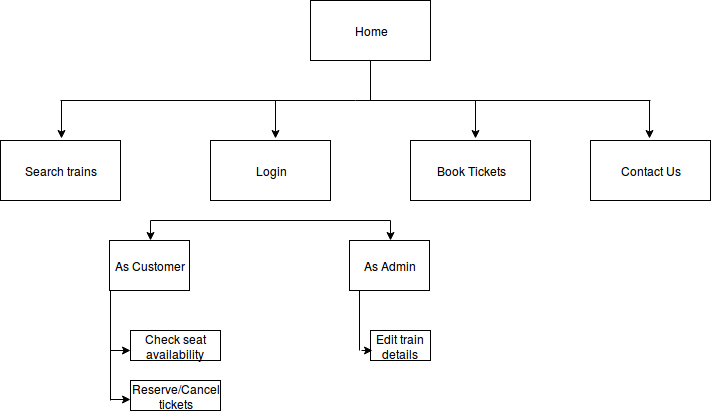
Above: Navigation.png in ShivaniShrivastava/RailwayReservation_se (draw.io), before the change. Source tidied: cells renumbered, new cells last; positions are measured from the earlier drawing's top-left corner, leaving out a move shared by most shapes.
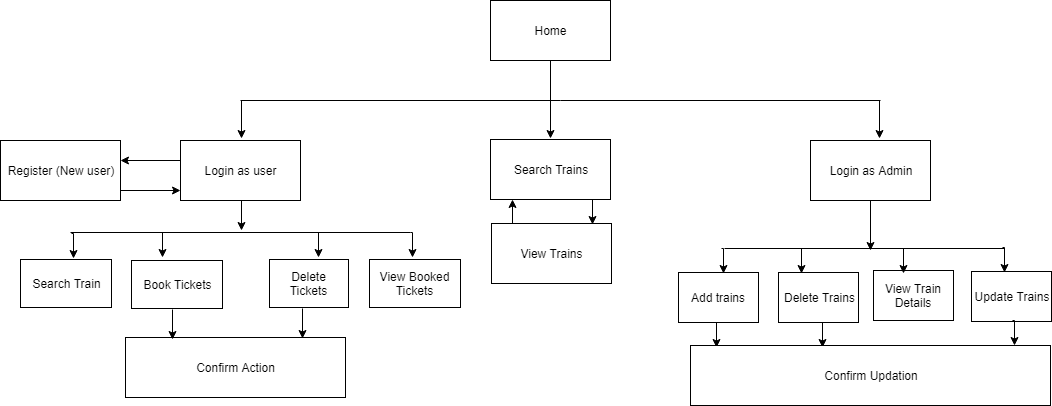
Later version of the same file.

What changed in the source:
```diff
@@ -2,119 +2,211 @@
   <root>
     <mxCell id="0" />
     <mxCell id="1" parent="0" />
-    <mxCell id="2" value="Home" style="rounded=0;whiteSpace=wrap;html=1;" parent="1" vertex="1">
-      <mxGeometry x="310" width="120" height="60" as="geometry" />
-    </mxCell>
-    <mxCell id="3" value="Search trains" style="rounded=0;whiteSpace=wrap;html=1;" parent="1" vertex="1">
-      <mxGeometry y="140" width="120" height="60" as="geometry" />
-    </mxCell>
-    <mxCell id="4" value="Login" style="rounded=0;whiteSpace=wrap;html=1;" parent="1" vertex="1">
-      <mxGeometry x="210" y="140" width="120" height="60" as="geometry" />
-    </mxCell>
-    <mxCell id="5" value="Book Tickets" style="rounded=0;whiteSpace=wrap;html=1;" parent="1" vertex="1">
-      <mxGeometry x="410" y="140" width="120" height="60" as="geometry" />
+    <mxCell id="5" value="Home" style="rounded=0;whiteSpace=wrap;html=1;" parent="1" vertex="1">
+      <mxGeometry x="410" y="-50" width="120" height="60" as="geometry" />
     </mxCell>
-    <mxCell id="6" value="Contact Us" style="rounded=0;whiteSpace=wrap;html=1;" parent="1" vertex="1">
-      <mxGeometry x="590" y="140" width="120" height="60" as="geometry" />
+    <mxCell id="6" value="Login as user" style="rounded=0;whiteSpace=wrap;html=1;" parent="1" vertex="1">
+      <mxGeometry x="100" y="90" width="120" height="60" as="geometry" />
     </mxCell>
-    <mxCell id="7" style="endArrow=classic;html=1;" parent="1" edge="1">
+    <mxCell id="7" style="edgeStyle=orthogonalEdgeStyle;rounded=0;html=1;jettySize=auto;" parent="1" edge="1" source="26">
       <mxGeometry relative="1" as="geometry">
-        <mxPoint x="275" y="100" as="sourcePoint" />
-        <mxPoint x="275" y="138" as="targetPoint" />
+        <mxPoint x="790" y="200" as="targetPoint" />
       </mxGeometry>
     </mxCell>
+    <mxCell id="26" value="Login as Admin" style="rounded=0;whiteSpace=wrap;html=1;" parent="1" vertex="1">
+      <mxGeometry x="730" y="90" width="120" height="60" as="geometry" />
+    </mxCell>
     <mxCell id="8" style="endArrow=classic;html=1;" parent="1" edge="1">
       <mxGeometry relative="1" as="geometry">
-        <mxPoint x="475" y="100" as="sourcePoint" />
-        <mxPoint x="475" y="138" as="targetPoint" />
+        <mxPoint x="470" y="50" as="sourcePoint" />
+        <mxPoint x="470" y="88" as="targetPoint" />
       </mxGeometry>
     </mxCell>
     <mxCell id="9" style="endArrow=classic;html=1;" parent="1" edge="1">
       <mxGeometry relative="1" as="geometry">
-        <mxPoint x="61" y="100" as="sourcePoint" />
-        <mxPoint x="61" y="138" as="targetPoint" />
+        <mxPoint x="161" y="50" as="sourcePoint" />
+        <mxPoint x="161" y="88" as="targetPoint" />
       </mxGeometry>
     </mxCell>
     <mxCell id="10" style="endArrow=classic;html=1;" parent="1" edge="1">
       <mxGeometry relative="1" as="geometry">
-        <mxPoint x="649" y="100" as="sourcePoint" />
-        <mxPoint x="649" y="138" as="targetPoint" />
+        <mxPoint x="799" y="50" as="sourcePoint" />
+        <mxPoint x="799" y="88" as="targetPoint" />
       </mxGeometry>
     </mxCell>
     <mxCell id="11" style="endArrow=none;html=1;" parent="1" edge="1">
       <mxGeometry relative="1" as="geometry">
-        <mxPoint x="60" y="100" as="sourcePoint" />
-        <mxPoint x="650" y="100" as="targetPoint" />
+        <mxPoint x="160" y="50" as="sourcePoint" />
+        <mxPoint x="800" y="50" as="targetPoint" />
       </mxGeometry>
     </mxCell>
+    <mxCell id="27" style="endArrow=none;html=1;" parent="1" edge="1">
+      <mxGeometry relative="1" as="geometry">
+        <mxPoint x="470" y="50" as="sourcePoint" />
+        <mxPoint x="470" y="10" as="targetPoint" />
+      </mxGeometry>
+    </mxCell>
+    <mxCell id="28" value="Add trains" style="rounded=0;whiteSpace=wrap;html=1;" parent="1" vertex="1">
+      <mxGeometry x="598" y="222" width="80" height="50" as="geometry" />
+    </mxCell>
-    <mxCell id="12" style="endArrow=none;html=1;" parent="1" edge="1">
-      <mxGeometry relative="1" as="geometry">
-        <mxPoint x="370" y="100" as="sourcePoint" />
-        <mxPoint x="370" y="60" as="targetPoint" />
-      </mxGeometry>
+    <mxCell id="12" value="Delete Trains" style="rounded=0;whiteSpace=wrap;html=1;" parent="1" vertex="1">
+      <mxGeometry x="698" y="222" width="80" height="50" as="geometry" />
     </mxCell>
-    <mxCell id="13" value="As Customer" style="rounded=0;whiteSpace=wrap;html=1;" parent="1" vertex="1">
-      <mxGeometry x="109" y="240" width="80" height="50" as="geometry" />
-    </mxCell>
+    <mxCell id="29" value="Register (New user)" style="rounded=0;whiteSpace=wrap;html=1;" parent="1" vertex="1">
+      <mxGeometry x="-80" y="90" width="120" height="60" as="geometry" />
+    </mxCell>
-    <mxCell id="14" value="As Admin" style="rounded=0;whiteSpace=wrap;html=1;" parent="1" vertex="1">
-      <mxGeometry x="349" y="240" width="80" height="50" as="geometry" />
+    <mxCell id="14" style="endArrow=classic;html=1;" parent="1" edge="1">
+      <mxGeometry relative="1" as="geometry">
+        <mxPoint x="40" y="140" as="sourcePoint" />
+        <mxPoint x="100" y="140" as="targetPoint" />
+      </mxGeometry>
     </mxCell>
-    <mxCell id="15" value="Check seat availability" style="rounded=0;whiteSpace=wrap;html=1;" parent="1" vertex="1">
-      <mxGeometry x="130" y="330" width="90" height="30" as="geometry" />
-    </mxCell>
-    <mxCell id="16" value="Reserve/Cancel tickets" style="rounded=0;whiteSpace=wrap;html=1;" parent="1" vertex="1">
-      <mxGeometry x="130" y="380" width="90" height="30" as="geometry" />
-    </mxCell>
-    <mxCell id="17" value="Edit train details" style="rounded=0;whiteSpace=wrap;html=1;" parent="1" vertex="1">
-      <mxGeometry x="370" y="330" width="60" height="30" as="geometry" />
-    </mxCell>
+    <mxCell id="30" style="endArrow=classic;html=1;" parent="1" edge="1">
+      <mxGeometry relative="1" as="geometry">
+        <mxPoint x="100" y="110" as="sourcePoint" />
+        <mxPoint x="40" y="110" as="targetPoint" />
+      </mxGeometry>
+    </mxCell>
+    <mxCell id="31" style="endArrow=classic;html=1;" parent="1" edge="1">
+      <mxGeometry relative="1" as="geometry">
+        <mxPoint x="161" y="150" as="sourcePoint" />
+        <mxPoint x="161" y="180" as="targetPoint" />
+      </mxGeometry>
+    </mxCell>
+    <mxCell id="32" value="View Train Details" style="rounded=0;whiteSpace=wrap;html=1;" parent="1" vertex="1">
+      <mxGeometry x="793" y="220" width="80" height="50" as="geometry" />
+    </mxCell>
+    <mxCell id="33" style="edgeStyle=orthogonalEdgeStyle;rounded=0;html=1;exitX=0.5;exitY=1;jettySize=auto;orthogonalLoop=1;" parent="1" edge="1" source="12" target="12">
+      <mxGeometry relative="1" as="geometry" />
+    </mxCell>
-    <mxCell id="18" style="endArrow=none;html=1;" parent="1" edge="1">
-      <mxGeometry relative="1" as="geometry">
-        <mxPoint x="110" y="400" as="sourcePoint" />
-        <mxPoint x="110" y="290" as="targetPoint" />
-      </mxGeometry>
+    <mxCell id="18" value="Update Trains" style="rounded=0;whiteSpace=wrap;html=1;" parent="1" vertex="1">
+      <mxGeometry x="891" y="221" width="80" height="50" as="geometry" />
     </mxCell>
-    <mxCell id="19" style="endArrow=classic;html=1;" parent="1" edge="1">
+    <mxCell id="19" style="endArrow=none;html=1;" parent="1" edge="1">
       <mxGeometry relative="1" as="geometry">
-        <mxPoint x="110" y="350" as="sourcePoint" />
-        <mxPoint x="130" y="350" as="targetPoint" />
+        <mxPoint x="644" y="198" as="sourcePoint" />
+        <mxPoint x="924" y="198" as="targetPoint" />
       </mxGeometry>
     </mxCell>
-    <mxCell id="20" style="endArrow=classic;html=1;" parent="1" edge="1">
-      <mxGeometry relative="1" as="geometry">
-        <mxPoint x="110" y="399" as="sourcePoint" />
-        <mxPoint x="130" y="399" as="targetPoint" />
-      </mxGeometry>
-    </mxCell>
-    <mxCell id="21" style="endArrow=none;html=1;" parent="1" edge="1">
-      <mxGeometry relative="1" as="geometry">
-        <mxPoint x="359" y="350" as="sourcePoint" />
-        <mxPoint x="359" y="290" as="targetPoint" />
-      </mxGeometry>
-    </mxCell>
-    <mxCell id="22" style="endArrow=classic;html=1;" parent="1" edge="1">
-      <mxGeometry relative="1" as="geometry">
-        <mxPoint x="361" y="350" as="sourcePoint" />
-        <mxPoint x="372" y="350" as="targetPoint" />
-      </mxGeometry>
-    </mxCell>
-    <mxCell id="23" style="endArrow=none;html=1;" parent="1" edge="1">
-      <mxGeometry relative="1" as="geometry">
-        <mxPoint x="150" y="220" as="sourcePoint" />
-        <mxPoint x="390" y="220" as="targetPoint" />
-      </mxGeometry>
-    </mxCell>
-    <mxCell id="24" style="endArrow=classic;html=1;" parent="1" edge="1">
-      <mxGeometry relative="1" as="geometry">
-        <mxPoint x="150" y="220" as="sourcePoint" />
-        <mxPoint x="150" y="240" as="targetPoint" />
-      </mxGeometry>
-    </mxCell>
-    <mxCell id="25" style="endArrow=classic;html=1;" parent="1" edge="1">
-      <mxGeometry relative="1" as="geometry">
-        <mxPoint x="390" y="220" as="sourcePoint" />
-        <mxPoint x="390" y="240" as="targetPoint" />
-      </mxGeometry>
-    </mxCell>
+    <mxCell id="34" style="edgeStyle=orthogonalEdgeStyle;rounded=0;html=1;jettySize=auto;orthogonalLoop=1;entryX=0.5;entryY=0;" parent="1" edge="1">
+      <mxGeometry relative="1" as="geometry">
+        <mxPoint x="510" y="149" as="sourcePoint" />
+        <mxPoint x="512" y="174" as="targetPoint" />
+      </mxGeometry>
+    </mxCell>
+    <mxCell id="35" style="edgeStyle=orthogonalEdgeStyle;rounded=0;html=1;jettySize=auto;orthogonalLoop=1;entryX=0.5;entryY=0;" parent="1" edge="1">
+      <mxGeometry relative="1" as="geometry">
+        <mxPoint x="922" y="197" as="sourcePoint" />
+        <mxPoint x="924" y="222" as="targetPoint" />
+      </mxGeometry>
+    </mxCell>
+    <mxCell id="36" style="edgeStyle=orthogonalEdgeStyle;rounded=0;html=1;jettySize=auto;orthogonalLoop=1;entryX=0.5;entryY=0;" parent="1" edge="1">
+      <mxGeometry relative="1" as="geometry">
+        <mxPoint x="821" y="198" as="sourcePoint" />
+        <mxPoint x="823" y="223" as="targetPoint" />
+      </mxGeometry>
+    </mxCell>
+    <mxCell id="37" style="edgeStyle=orthogonalEdgeStyle;rounded=0;html=1;jettySize=auto;orthogonalLoop=1;entryX=0.5;entryY=0;" parent="1" edge="1">
+      <mxGeometry relative="1" as="geometry">
+        <mxPoint x="719" y="198" as="sourcePoint" />
+        <mxPoint x="721" y="223" as="targetPoint" />
+      </mxGeometry>
+    </mxCell>
+    <mxCell id="38" style="edgeStyle=orthogonalEdgeStyle;rounded=0;html=1;jettySize=auto;orthogonalLoop=1;entryX=0.5;entryY=0;" parent="1" edge="1">
+      <mxGeometry relative="1" as="geometry">
+        <mxPoint x="641" y="198" as="sourcePoint" />
+        <mxPoint x="643" y="223" as="targetPoint" />
+      </mxGeometry>
+    </mxCell>
+    <mxCell id="39" value="Search Trains" style="rounded=0;whiteSpace=wrap;html=1;" parent="1" vertex="1">
+      <mxGeometry x="410" y="89" width="120" height="60" as="geometry" />
+    </mxCell>
+    <mxCell id="40" style="endArrow=classic;html=1;exitX=0.25;exitY=0;" parent="1" edge="1">
+      <mxGeometry relative="1" as="geometry">
+        <mxPoint x="432" y="174" as="sourcePoint" />
+        <mxPoint x="432" y="149" as="targetPoint" />
+      </mxGeometry>
+    </mxCell>
+    <mxCell id="41" value="View Trains" style="rounded=0;whiteSpace=wrap;html=1;" parent="1" vertex="1">
+      <mxGeometry x="411" y="173" width="120" height="60" as="geometry" />
+    </mxCell>
+    <mxCell id="42" style="endArrow=none;html=1;" parent="1" edge="1">
+      <mxGeometry relative="1" as="geometry">
+        <mxPoint x="-10" y="182" as="sourcePoint" />
+        <mxPoint x="330" y="182" as="targetPoint" />
+      </mxGeometry>
+    </mxCell>
+    <mxCell id="43" style="edgeStyle=orthogonalEdgeStyle;rounded=0;html=1;jettySize=auto;orthogonalLoop=1;entryX=0.5;entryY=0;" parent="1" edge="1">
+      <mxGeometry relative="1" as="geometry">
+        <mxPoint x="330" y="182" as="sourcePoint" />
+        <mxPoint x="332" y="207" as="targetPoint" />
+      </mxGeometry>
+    </mxCell>
+    <mxCell id="44" style="edgeStyle=orthogonalEdgeStyle;rounded=0;html=1;jettySize=auto;orthogonalLoop=1;entryX=0.5;entryY=0;" parent="1" edge="1">
+      <mxGeometry relative="1" as="geometry">
+        <mxPoint x="236" y="182" as="sourcePoint" />
+        <mxPoint x="238" y="207" as="targetPoint" />
+      </mxGeometry>
+    </mxCell>
+    <mxCell id="45" style="edgeStyle=orthogonalEdgeStyle;rounded=0;html=1;jettySize=auto;orthogonalLoop=1;entryX=0.5;entryY=0;" parent="1" edge="1">
+      <mxGeometry relative="1" as="geometry">
+        <mxPoint x="80" y="182" as="sourcePoint" />
+        <mxPoint x="82" y="207" as="targetPoint" />
+      </mxGeometry>
+    </mxCell>
+    <mxCell id="46" style="edgeStyle=orthogonalEdgeStyle;rounded=0;html=1;jettySize=auto;orthogonalLoop=1;entryX=0.5;entryY=0;" parent="1" edge="1">
+      <mxGeometry relative="1" as="geometry">
+        <mxPoint x="-9" y="183" as="sourcePoint" />
+        <mxPoint x="-7" y="208" as="targetPoint" />
+      </mxGeometry>
+    </mxCell>
+    <mxCell id="47" value="View Booked Tickets" style="rounded=0;whiteSpace=wrap;html=1;" parent="1" vertex="1">
+      <mxGeometry x="289" y="209" width="91" height="48" as="geometry" />
+    </mxCell>
+    <mxCell id="48" value="Delete Tickets" style="rounded=0;whiteSpace=wrap;html=1;" parent="1" vertex="1">
+      <mxGeometry x="189" y="209" width="79" height="48" as="geometry" />
+    </mxCell>
+    <mxCell id="49" value="Book Tickets" style="rounded=0;whiteSpace=wrap;html=1;" parent="1" vertex="1">
+      <mxGeometry x="51" y="210" width="91" height="48" as="geometry" />
+    </mxCell>
+    <mxCell id="50" value="Search Train" style="rounded=0;whiteSpace=wrap;html=1;" parent="1" vertex="1">
+      <mxGeometry x="-60" y="209" width="91" height="48" as="geometry" />
+    </mxCell>
+    <mxCell id="51" style="edgeStyle=orthogonalEdgeStyle;rounded=0;html=1;jettySize=auto;orthogonalLoop=1;entryX=0.5;entryY=0;" parent="1" edge="1">
+      <mxGeometry relative="1" as="geometry">
+        <mxPoint x="634" y="272" as="sourcePoint" />
+        <mxPoint x="636" y="297" as="targetPoint" />
+      </mxGeometry>
+    </mxCell>
+    <mxCell id="52" style="edgeStyle=orthogonalEdgeStyle;rounded=0;html=1;jettySize=auto;orthogonalLoop=1;entryX=0.5;entryY=0;" parent="1" edge="1">
+      <mxGeometry relative="1" as="geometry">
+        <mxPoint x="740" y="272" as="sourcePoint" />
+        <mxPoint x="742" y="297" as="targetPoint" />
+      </mxGeometry>
+    </mxCell>
+    <mxCell id="53" style="edgeStyle=orthogonalEdgeStyle;rounded=0;html=1;jettySize=auto;orthogonalLoop=1;entryX=0.5;entryY=0;" parent="1" edge="1">
+      <mxGeometry relative="1" as="geometry">
+        <mxPoint x="932" y="270" as="sourcePoint" />
+        <mxPoint x="934" y="295" as="targetPoint" />
+      </mxGeometry>
+    </mxCell>
+    <mxCell id="54" value="Confirm Updation" style="rounded=0;whiteSpace=wrap;html=1;" parent="1" vertex="1">
+      <mxGeometry x="610" y="295" width="360" height="60" as="geometry" />
+    </mxCell>
+    <mxCell id="55" value="Confirm Action" style="rounded=0;whiteSpace=wrap;html=1;" parent="1" vertex="1">
+      <mxGeometry x="45" y="287" width="220" height="60" as="geometry" />
+    </mxCell>
+    <mxCell id="56" style="endArrow=classic;html=1;" parent="1" edge="1">
+      <mxGeometry relative="1" as="geometry">
+        <mxPoint x="222" y="258" as="sourcePoint" />
+        <mxPoint x="222" y="288" as="targetPoint" />
+      </mxGeometry>
+    </mxCell>
+    <mxCell id="57" style="endArrow=classic;html=1;" parent="1" edge="1">
+      <mxGeometry relative="1" as="geometry">
+        <mxPoint x="92" y="259" as="sourcePoint" />
+        <mxPoint x="92" y="289" as="targetPoint" />
+      </mxGeometry>
+    </mxCell>
   </root>
 </mxGraphModel>
```
